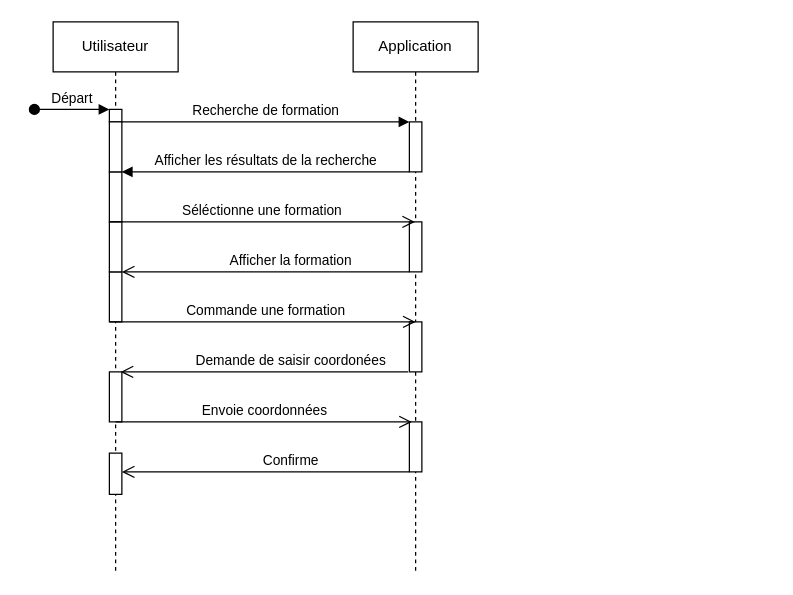
The draw.io diagram Prepare/V1/Diagramme de séquence.drawio in xAm64/Eval-appFormation, before the edit. Source tidied: cells renumbered, new cells numbered last; positions are measured from the earlier drawing's top-left corner, leaving out a move shared by most shapes. Both pictures are drawn from the tidied source at 125%, with x=0, y=0 at pixel (34, 21).
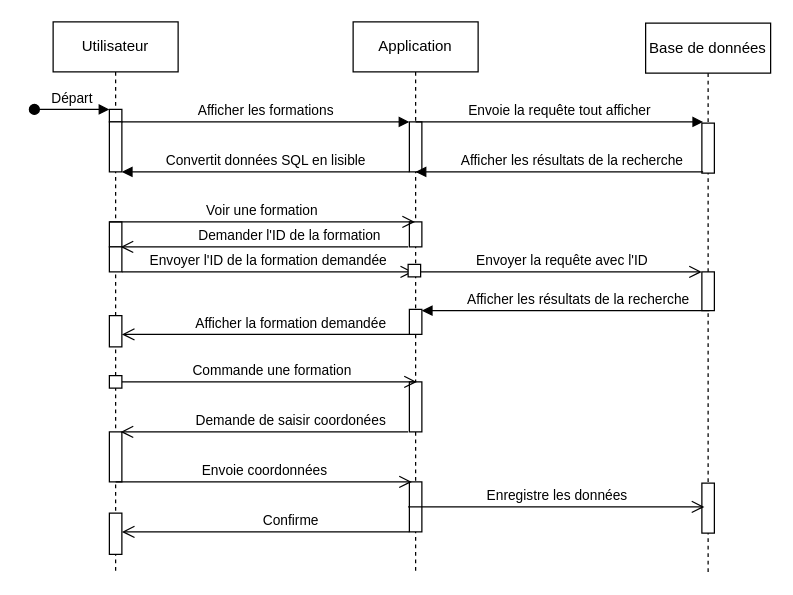
The same diagram, later.

Commit message (it also covers changes not shown here):
Corrextion coquille sur diagramme

The change refers to these unchanged cells:
```xml
<mxCell id="2" value="Utilisateur" style="shape=umlLifeline;perimeter=lifelinePerimeter;whiteSpace=wrap;html=1;newEdgeStyle={&quot;edgeStyle&quot;:&quot;elbowEdgeStyle&quot;,&quot;elbow&quot;:&quot;vertical&quot;,&quot;curved&quot;:0,&quot;rounded&quot;:0};" parent="1" vertex="1">
  <mxGeometry x="15" width="100" height="440" as="geometry" />
</mxCell>
<mxCell id="3" style="html=1;points=[];perimeter=orthogonalPerimeter;outlineConnect=0;targetShapes=umlLifeline;portConstraint=eastwest;newEdgeStyle={&quot;edgeStyle&quot;:&quot;elbowEdgeStyle&quot;,&quot;elbow&quot;:&quot;vertical&quot;,&quot;curved&quot;:0,&quot;rounded&quot;:0};" parent="2" vertex="1">
  <mxGeometry x="45" y="70" width="10" height="10" as="geometry" />
</mxCell>
<mxCell id="11" value="Application" style="shape=umlLifeline;perimeter=lifelinePerimeter;whiteSpace=wrap;html=1;outlineConnect=0;portConstraint=eastwest;newEdgeStyle={&quot;edgeStyle&quot;:&quot;elbowEdgeStyle&quot;,&quot;elbow&quot;:&quot;vertical&quot;,&quot;curved&quot;:0,&quot;rounded&quot;:0};" parent="1" vertex="1">
  <mxGeometry x="255" width="100" height="440" as="geometry" />
</mxCell>
<mxCell id="12" style="html=1;points=[];perimeter=orthogonalPerimeter;outlineConnect=0;targetShapes=umlLifeline;portConstraint=eastwest;newEdgeStyle={&quot;edgeStyle&quot;:&quot;elbowEdgeStyle&quot;,&quot;elbow&quot;:&quot;vertical&quot;,&quot;curved&quot;:0,&quot;rounded&quot;:0};" parent="11" vertex="1">
  <mxGeometry x="45" y="80" width="10" height="40" as="geometry" />
</mxCell>
```

The edit, as a diff of the source:
```diff
@@
-    <mxCell id="5" style="html=1;points=[];perimeter=orthogonalPerimeter;outlineConnect=0;targetShapes=umlLifeline;portConstraint=eastwest;newEdgeStyle={&quot;edgeStyle&quot;:&quot;elbowEdgeStyle&quot;,&quot;elbow&quot;:&quot;vertical&quot;,&quot;curved&quot;:0,&quot;rounded&quot;:0};" parent="2" vertex="1">
-      <mxGeometry x="45" y="120" width="10" height="40" as="geometry" />
-    </mxCell>
     <mxCell id="6" style="html=1;perimeter=orthogonalPerimeter;targetShapes=umlLifeline;newEdgeStyle={&quot;edgeStyle&quot;:&quot;elbowEdgeStyle&quot;,&quot;elbow&quot;:&quot;vertical&quot;,&quot;curved&quot;:0,&quot;rounded&quot;:0};" parent="2" vertex="1">
-      <mxGeometry x="45" y="200" width="10" height="40" as="geometry" />
+      <mxGeometry x="45" y="235" width="10" height="25" as="geometry" />
     </mxCell>
     <mxCell id="7" style="html=1;perimeter=orthogonalPerimeter;targetShapes=umlLifeline;newEdgeStyle={&quot;edgeStyle&quot;:&quot;elbowEdgeStyle&quot;,&quot;elbow&quot;:&quot;vertical&quot;,&quot;curved&quot;:0,&quot;rounded&quot;:0};" parent="2" vertex="1">
-      <mxGeometry x="45" y="280" width="10" height="40" as="geometry" />
+      <mxGeometry x="45" y="328" width="10" height="40" as="geometry" />
     </mxCell>
     <mxCell id="8" style="html=1;perimeter=orthogonalPerimeter;targetShapes=umlLifeline;newEdgeStyle={&quot;edgeStyle&quot;:&quot;elbowEdgeStyle&quot;,&quot;elbow&quot;:&quot;vertical&quot;,&quot;curved&quot;:0,&quot;rounded&quot;:0};" parent="2" vertex="1">
-      <mxGeometry x="45" y="345" width="10" height="33" as="geometry" />
+      <mxGeometry x="45" y="393" width="10" height="33" as="geometry" />
     </mxCell>
@@
     <mxCell id="10" style="html=1;perimeter=orthogonalPerimeter;targetShapes=umlLifeline;newEdgeStyle={&quot;edgeStyle&quot;:&quot;elbowEdgeStyle&quot;,&quot;elbow&quot;:&quot;vertical&quot;,&quot;curved&quot;:0,&quot;rounded&quot;:0};" parent="2" vertex="1">
-      <mxGeometry x="45" y="160" width="10" height="40" as="geometry" />
+      <mxGeometry x="45" y="160" width="10" height="20" as="geometry" />
     </mxCell>
@@
     <mxCell id="13" style="html=1;perimeter=orthogonalPerimeter;targetShapes=umlLifeline;newEdgeStyle={&quot;edgeStyle&quot;:&quot;elbowEdgeStyle&quot;,&quot;elbow&quot;:&quot;vertical&quot;,&quot;curved&quot;:0,&quot;rounded&quot;:0};" parent="11" vertex="1">
-      <mxGeometry x="45" y="160" width="10" height="40" as="geometry" />
+      <mxGeometry x="45" y="160" width="10" height="20" as="geometry" />
     </mxCell>
     <mxCell id="14" style="html=1;perimeter=orthogonalPerimeter;targetShapes=umlLifeline;newEdgeStyle={&quot;edgeStyle&quot;:&quot;elbowEdgeStyle&quot;,&quot;elbow&quot;:&quot;vertical&quot;,&quot;curved&quot;:0,&quot;rounded&quot;:0};" parent="11" vertex="1">
-      <mxGeometry x="45" y="240" width="10" height="40" as="geometry" />
+      <mxGeometry x="45" y="288" width="10" height="40" as="geometry" />
     </mxCell>
     <mxCell id="15" style="html=1;perimeter=orthogonalPerimeter;targetShapes=umlLifeline;newEdgeStyle={&quot;edgeStyle&quot;:&quot;elbowEdgeStyle&quot;,&quot;elbow&quot;:&quot;vertical&quot;,&quot;curved&quot;:0,&quot;rounded&quot;:0};" parent="11" vertex="1">
-      <mxGeometry x="45" y="320" width="10" height="40" as="geometry" />
+      <mxGeometry x="45" y="368" width="10" height="40" as="geometry" />
     </mxCell>
+    <mxCell id="24" style="html=1;perimeter=orthogonalPerimeter;targetShapes=umlLifeline;newEdgeStyle={&quot;edgeStyle&quot;:&quot;elbowEdgeStyle&quot;,&quot;elbow&quot;:&quot;vertical&quot;,&quot;curved&quot;:0,&quot;rounded&quot;:0};" parent="11" vertex="1">
+      <mxGeometry x="45" y="230" width="10" height="20" as="geometry" />
+    </mxCell>
-    <mxCell id="16" value="Recherche de formation" style="html=1;verticalAlign=bottom;endArrow=block;edgeStyle=elbowEdgeStyle;elbow=vertical;curved=0;rounded=0;" parent="1" edge="1" source="3" target="12">
+    <mxCell id="16" value="Afficher les formations" style="html=1;verticalAlign=bottom;endArrow=block;edgeStyle=elbowEdgeStyle;elbow=vertical;curved=0;rounded=0;" parent="1" edge="1" source="3" target="12">
       <mxGeometry relative="1" as="geometry">
         <Array as="points">
           <mxPoint x="125" y="80" />
         </Array>
       </mxGeometry>
     </mxCell>
-    <mxCell id="17" value="Afficher la formation" style="html=1;verticalAlign=bottom;endArrow=open;endSize=8;edgeStyle=elbowEdgeStyle;elbow=vertical;curved=0;rounded=0;" parent="1" edge="1">
+    <mxCell id="17" value="Afficher la formation demandée" style="html=1;verticalAlign=bottom;endArrow=open;endSize=8;edgeStyle=elbowEdgeStyle;elbow=vertical;curved=0;rounded=0;" parent="1" edge="1">
       <mxGeometry x="-0.17" relative="1" as="geometry">
-        <mxPoint x="300" y="200" as="sourcePoint" />
-        <mxPoint x="70" y="200" as="targetPoint" />
+        <mxPoint x="300" y="250" as="sourcePoint" />
+        <mxPoint x="70" y="250" as="targetPoint" />
         <Array as="points">
-          <mxPoint x="135" y="200" />
+          <mxPoint x="135" y="250" />
         </Array>
       </mxGeometry>
     </mxCell>
-    <mxCell id="18" value="Afficher les résultats de la recherche" style="html=1;verticalAlign=bottom;endArrow=block;edgeStyle=elbowEdgeStyle;elbow=vertical;curved=0;rounded=0;" parent="1" edge="1" source="12" target="5">
+    <mxCell id="18" value="Convertit données SQL en lisible" style="html=1;verticalAlign=bottom;endArrow=block;edgeStyle=elbowEdgeStyle;elbow=vertical;curved=0;rounded=0;" parent="1" edge="1" source="12">
       <mxGeometry relative="1" as="geometry">
+        <mxPoint x="70" y="120" as="targetPoint" />
         <Array as="points">
           <mxPoint x="135" y="120" />
         </Array>
       </mxGeometry>
     </mxCell>
-    <mxCell id="19" value="Séléctionne une formation" style="html=1;verticalAlign=bottom;endArrow=open;endSize=8;edgeStyle=elbowEdgeStyle;elbow=vertical;curved=0;rounded=0;" parent="1" edge="1" target="11">
+    <mxCell id="19" value="Voir une formation" style="html=1;verticalAlign=bottom;endArrow=open;endSize=8;edgeStyle=elbowEdgeStyle;elbow=vertical;curved=0;rounded=0;" parent="1" edge="1" target="11">
       <mxGeometry relative="1" as="geometry">
         <mxPoint x="60" y="160" as="sourcePoint" />
         <Array as="points">
           <mxPoint x="145" y="160" />
           <mxPoint x="125" y="170" />
         </Array>
       </mxGeometry>
     </mxCell>
-    <mxCell id="20" value="Commande une formation" style="html=1;verticalAlign=bottom;endArrow=open;endSize=8;edgeStyle=elbowEdgeStyle;elbow=vertical;curved=0;rounded=0;" parent="1" edge="1">
+    <mxCell id="20" value="Commande une formation" style="html=1;verticalAlign=bottom;endArrow=open;endSize=8;edgeStyle=elbowEdgeStyle;elbow=vertical;curved=0;rounded=0;" parent="1" edge="1" source="38">
       <mxGeometry x="0.02" relative="1" as="geometry">
-        <mxPoint x="60" y="240" as="sourcePoint" />
-        <mxPoint x="305" y="240" as="targetPoint" />
+        <mxPoint x="306" y="288" as="targetPoint" />
         <Array as="points">
-          <mxPoint x="145" y="240" />
-          <mxPoint x="125" y="250" />
+          <mxPoint x="146" y="288" />
+          <mxPoint x="126" y="298" />
         </Array>
       </mxGeometry>
     </mxCell>
     <mxCell id="21" value="Demande de saisir coordonées" style="html=1;verticalAlign=bottom;endArrow=open;endSize=8;edgeStyle=elbowEdgeStyle;elbow=vertical;curved=0;rounded=0;" parent="1" edge="1">
       <mxGeometry x="-0.18" relative="1" as="geometry">
-        <mxPoint x="299" y="280" as="sourcePoint" />
-        <mxPoint x="69" y="280" as="targetPoint" />
+        <mxPoint x="299" y="328" as="sourcePoint" />
+        <mxPoint x="69" y="328" as="targetPoint" />
         <Array as="points">
-          <mxPoint x="134" y="280" />
+          <mxPoint x="134" y="328" />
         </Array>
       </mxGeometry>
     </mxCell>
     <mxCell id="22" value="Envoie coordonnées" style="html=1;verticalAlign=bottom;endArrow=open;endSize=8;edgeStyle=elbowEdgeStyle;elbow=vertical;curved=0;rounded=0;" parent="1" edge="1">
       <mxGeometry relative="1" as="geometry">
-        <mxPoint x="65" y="320" as="sourcePoint" />
-        <mxPoint x="302" y="320" as="targetPoint" />
+        <mxPoint x="65" y="368" as="sourcePoint" />
+        <mxPoint x="302" y="368" as="targetPoint" />
         <Array as="points">
-          <mxPoint x="142" y="320" />
-          <mxPoint x="122" y="330" />
+          <mxPoint x="142" y="368" />
+          <mxPoint x="122" y="378" />
         </Array>
       </mxGeometry>
     </mxCell>
     <mxCell id="23" value="Confirme" style="html=1;verticalAlign=bottom;endArrow=open;endSize=8;edgeStyle=elbowEdgeStyle;elbow=vertical;curved=0;rounded=0;" parent="1" edge="1">
       <mxGeometry x="-0.17" relative="1" as="geometry">
-        <mxPoint x="300" y="360" as="sourcePoint" />
-        <mxPoint x="70" y="360" as="targetPoint" />
+        <mxPoint x="300" y="408" as="sourcePoint" />
+        <mxPoint x="70" y="408" as="targetPoint" />
         <Array as="points">
-          <mxPoint x="135" y="360" />
+          <mxPoint x="135" y="408" />
         </Array>
       </mxGeometry>
     </mxCell>
+    <mxCell id="25" value="Base de données" style="shape=umlLifeline;perimeter=lifelinePerimeter;whiteSpace=wrap;html=1;newEdgeStyle={&quot;edgeStyle&quot;:&quot;elbowEdgeStyle&quot;,&quot;elbow&quot;:&quot;vertical&quot;,&quot;curved&quot;:0,&quot;rounded&quot;:0};" parent="1" vertex="1">
+      <mxGeometry x="489" y="1" width="100" height="440" as="geometry" />
+    </mxCell>
+    <mxCell id="26" style="html=1;perimeter=orthogonalPerimeter;targetShapes=umlLifeline;newEdgeStyle={&quot;edgeStyle&quot;:&quot;elbowEdgeStyle&quot;,&quot;elbow&quot;:&quot;vertical&quot;,&quot;curved&quot;:0,&quot;rounded&quot;:0};" parent="25" vertex="1">
+      <mxGeometry x="45" y="80" width="10" height="40" as="geometry" />
+    </mxCell>
+    <mxCell id="27" style="html=1;perimeter=orthogonalPerimeter;targetShapes=umlLifeline;newEdgeStyle={&quot;edgeStyle&quot;:&quot;elbowEdgeStyle&quot;,&quot;elbow&quot;:&quot;vertical&quot;,&quot;curved&quot;:0,&quot;rounded&quot;:0};" parent="25" vertex="1">
+      <mxGeometry x="45" y="199" width="10" height="31" as="geometry" />
+    </mxCell>
+    <mxCell id="28" style="html=1;perimeter=orthogonalPerimeter;targetShapes=umlLifeline;newEdgeStyle={&quot;edgeStyle&quot;:&quot;elbowEdgeStyle&quot;,&quot;elbow&quot;:&quot;vertical&quot;,&quot;curved&quot;:0,&quot;rounded&quot;:0};" parent="25" vertex="1">
+      <mxGeometry x="45" y="368" width="10" height="40" as="geometry" />
+    </mxCell>
+    <mxCell id="29" value="Envoie la requête tout afficher " style="html=1;verticalAlign=bottom;endArrow=block;edgeStyle=elbowEdgeStyle;elbow=vertical;curved=0;rounded=0;" parent="1" edge="1">
+      <mxGeometry relative="1" as="geometry">
+        <mxPoint x="305" y="80" as="sourcePoint" />
+        <mxPoint x="535" y="80" as="targetPoint" />
+        <Array as="points">
+          <mxPoint x="360" y="80" />
+        </Array>
+      </mxGeometry>
+    </mxCell>
+    <mxCell id="30" value="Afficher les résultats de la recherche" style="html=1;verticalAlign=bottom;endArrow=block;edgeStyle=elbowEdgeStyle;elbow=vertical;curved=0;rounded=0;" parent="1" edge="1">
+      <mxGeometry x="-0.09" relative="1" as="geometry">
+        <mxPoint x="535" y="120" as="sourcePoint" />
+        <mxPoint x="305" y="120" as="targetPoint" />
+        <Array as="points">
+          <mxPoint x="370" y="120" />
+        </Array>
+      </mxGeometry>
+    </mxCell>
+    <mxCell id="31" value="Demander l'ID de la formation" style="html=1;verticalAlign=bottom;endArrow=open;endSize=8;edgeStyle=elbowEdgeStyle;elbow=vertical;curved=0;rounded=0;" parent="1" edge="1">
+      <mxGeometry x="-0.17" relative="1" as="geometry">
+        <mxPoint x="299" y="180" as="sourcePoint" />
+        <mxPoint x="69" y="180" as="targetPoint" />
+        <Array as="points">
+          <mxPoint x="134" y="180" />
+        </Array>
+      </mxGeometry>
+    </mxCell>
+    <mxCell id="32" value="Envoyer l'ID de la formation demandée" style="html=1;verticalAlign=bottom;endArrow=open;endSize=8;edgeStyle=elbowEdgeStyle;elbow=vertical;curved=0;rounded=0;" parent="1" edge="1" source="35">
+      <mxGeometry relative="1" as="geometry">
+        <mxPoint x="303" y="200" as="targetPoint" />
+        <Array as="points">
+          <mxPoint x="143" y="200" />
+          <mxPoint x="123" y="210" />
+        </Array>
+      </mxGeometry>
+    </mxCell>
+    <mxCell id="33" value="Envoyer la requête avec l'ID" style="html=1;verticalAlign=bottom;endArrow=open;endSize=8;edgeStyle=elbowEdgeStyle;elbow=vertical;curved=0;rounded=0;" parent="1" edge="1" source="36">
+      <mxGeometry relative="1" as="geometry">
+        <mxPoint x="534" y="200" as="targetPoint" />
+        <Array as="points">
+          <mxPoint x="374" y="200" />
+          <mxPoint x="354" y="210" />
+        </Array>
+      </mxGeometry>
+    </mxCell>
+    <mxCell id="34" value="Afficher les résultats de la recherche" style="html=1;verticalAlign=bottom;endArrow=block;edgeStyle=elbowEdgeStyle;elbow=vertical;curved=0;rounded=0;" parent="1" edge="1">
+      <mxGeometry x="-0.09" relative="1" as="geometry">
+        <mxPoint x="540" y="231" as="sourcePoint" />
+        <mxPoint x="310" y="231" as="targetPoint" />
+        <Array as="points">
+          <mxPoint x="375" y="231" />
+        </Array>
+      </mxGeometry>
+    </mxCell>
+    <mxCell id="35" style="html=1;points=[];perimeter=orthogonalPerimeter;outlineConnect=0;targetShapes=umlLifeline;portConstraint=eastwest;newEdgeStyle={&quot;edgeStyle&quot;:&quot;elbowEdgeStyle&quot;,&quot;elbow&quot;:&quot;vertical&quot;,&quot;curved&quot;:0,&quot;rounded&quot;:0};" parent="1" vertex="1">
+      <mxGeometry x="60" y="180" width="10" height="20" as="geometry" />
+    </mxCell>
+    <mxCell id="36" style="html=1;points=[];perimeter=orthogonalPerimeter;outlineConnect=0;targetShapes=umlLifeline;portConstraint=eastwest;newEdgeStyle={&quot;edgeStyle&quot;:&quot;elbowEdgeStyle&quot;,&quot;elbow&quot;:&quot;vertical&quot;,&quot;curved&quot;:0,&quot;rounded&quot;:0};" parent="1" vertex="1">
+      <mxGeometry x="299" y="194" width="10" height="10" as="geometry" />
+    </mxCell>
+    <mxCell id="37" style="html=1;verticalAlign=bottom;endArrow=open;endSize=8;edgeStyle=elbowEdgeStyle;elbow=vertical;curved=0;rounded=0;" parent="1" edge="1" target="38">
+      <mxGeometry x="0.02" relative="1" as="geometry">
+        <mxPoint x="61" y="288" as="sourcePoint" />
+      </mxGeometry>
+    </mxCell>
+    <mxCell id="38" style="html=1;points=[];perimeter=orthogonalPerimeter;outlineConnect=0;targetShapes=umlLifeline;portConstraint=eastwest;newEdgeStyle={&quot;edgeStyle&quot;:&quot;elbowEdgeStyle&quot;,&quot;elbow&quot;:&quot;vertical&quot;,&quot;curved&quot;:0,&quot;rounded&quot;:0};" parent="1" vertex="1">
+      <mxGeometry x="60" y="283" width="10" height="10" as="geometry" />
+    </mxCell>
+    <mxCell id="39" value="Enregistre les données" style="html=1;verticalAlign=bottom;endArrow=open;endSize=8;edgeStyle=elbowEdgeStyle;elbow=vertical;curved=0;rounded=0;" parent="1" edge="1">
+      <mxGeometry relative="1" as="geometry">
+        <mxPoint x="299" y="388" as="sourcePoint" />
+        <mxPoint x="536" y="388" as="targetPoint" />
+        <Array as="points">
+          <mxPoint x="376" y="388" />
+          <mxPoint x="356" y="398" />
+        </Array>
+      </mxGeometry>
+    </mxCell>
```
